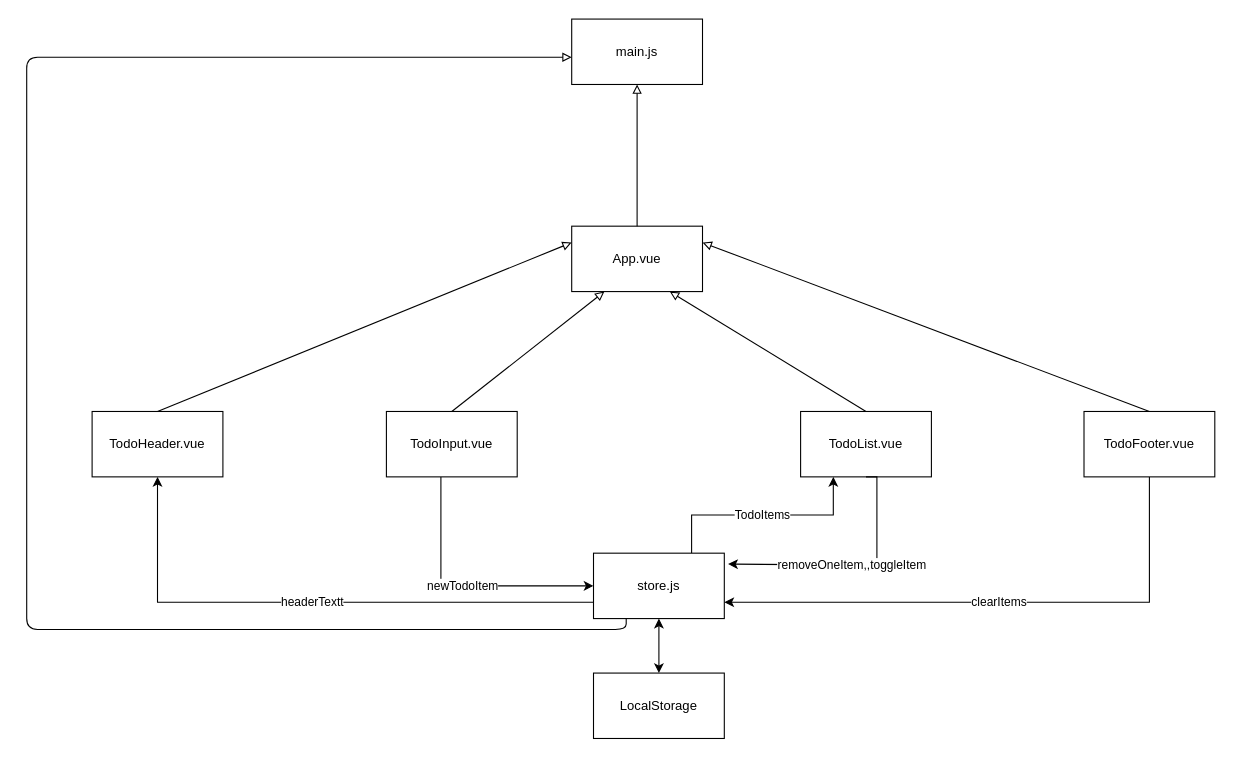
jcs526/VUE_STUDY keeps this draw.io diagram as page "수정본" (1 of 2) of vue_study_lv2/vue-todo/component diagram.drawio. Above is the earlier version. Source tidied: cells renumbered, new cells numbered last; positions are measured from the earlier drawing's top-left corner, leaving out a move shared by most shapes. Both pictures are drawn from the tidied source at 109%, with x=0, y=0 at pixel (26, 19).
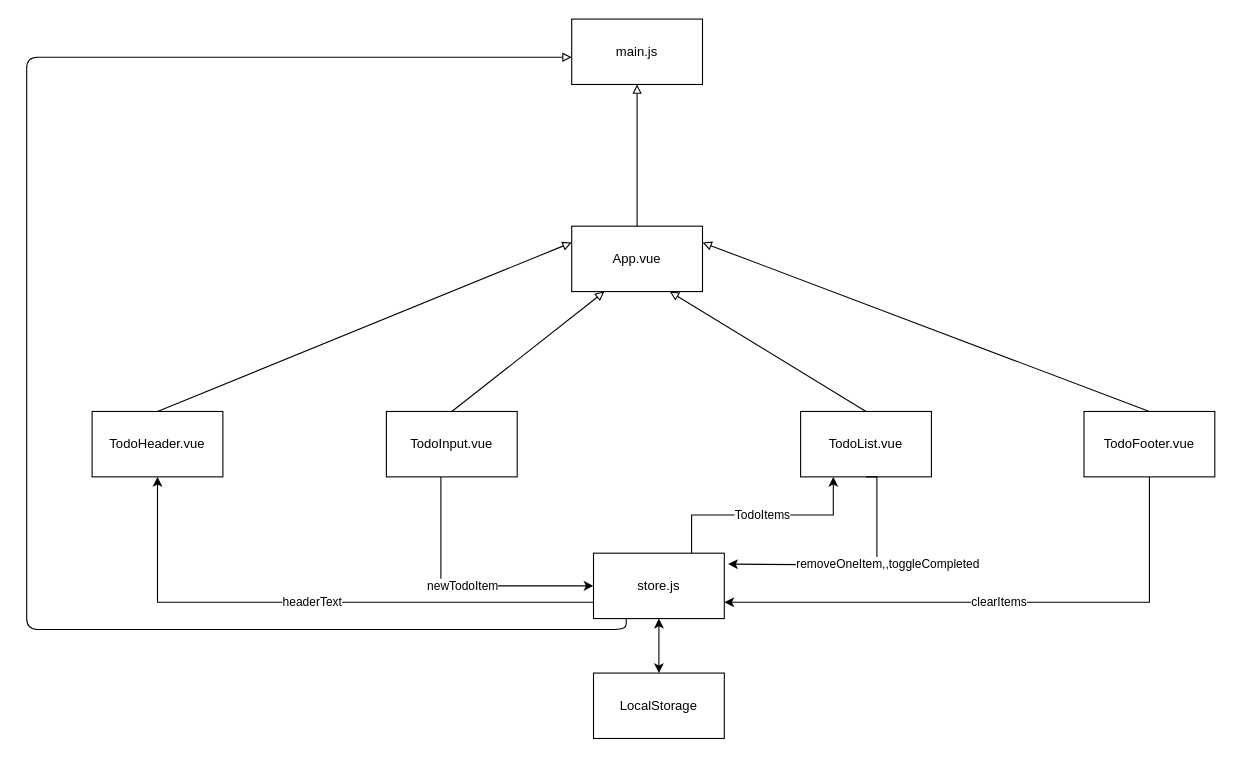
After the change.

The change refers to these unchanged cells:
```xml
<mxCell id="3" value="TodoHeader.vue" style="rounded=0;whiteSpace=wrap;html=1;" parent="1" vertex="1">
  <mxGeometry x="60" y="360" width="120" height="60" as="geometry" />
</mxCell>
<mxCell id="6" value="TodoList.vue" style="rounded=0;whiteSpace=wrap;html=1;" parent="1" vertex="1">
  <mxGeometry x="710" y="360" width="120" height="60" as="geometry" />
</mxCell>
<mxCell id="12" value="store.js" style="rounded=0;whiteSpace=wrap;html=1;" parent="1" vertex="1">
  <mxGeometry x="520" y="490" width="120" height="60" as="geometry" />
</mxCell>
```

The edit, as a diff of the source:
```diff
@@
-    <mxCell id="4" value="headerTextt" style="endArrow=classic;html=1;rounded=0;entryX=0.5;entryY=1;entryDx=0;entryDy=0;exitX=0;exitY=0.75;exitDx=0;exitDy=0;edgeStyle=orthogonalEdgeStyle;" parent="1" edge="1" source="12" target="3">
+    <mxCell id="4" value="headerText" style="endArrow=classic;html=1;rounded=0;entryX=0.5;entryY=1;entryDx=0;entryDy=0;exitX=0;exitY=0.75;exitDx=0;exitDy=0;edgeStyle=orthogonalEdgeStyle;" parent="1" edge="1" source="12" target="3">
       <mxGeometry relative="1" as="geometry" />
     </mxCell>
@@
-    <mxCell id="7" value="removeOneItem,,toggleItem" style="endArrow=classic;html=1;rounded=0;exitX=0.5;exitY=1;exitDx=0;exitDy=0;entryX=1.029;entryY=0.167;entryDx=0;entryDy=0;edgeStyle=orthogonalEdgeStyle;entryPerimeter=0;" parent="1" edge="1" source="6" target="12">
-      <mxGeometry relative="1" as="geometry">
+    <mxCell id="7" value="removeOneItem,,toggleCompleted" style="endArrow=classic;html=1;rounded=0;exitX=0.5;exitY=1;exitDx=0;exitDy=0;entryX=1.029;entryY=0.167;entryDx=0;entryDy=0;edgeStyle=orthogonalEdgeStyle;entryPerimeter=0;" parent="1" edge="1" source="6" target="12">
+      <mxGeometry x="-0.21" y="10" relative="1" as="geometry">
         <Array as="points">
           <mxPoint x="780" y="420" />
           <mxPoint x="780" y="501" />
         </Array>
       </mxGeometry>
     </mxCell>
```
